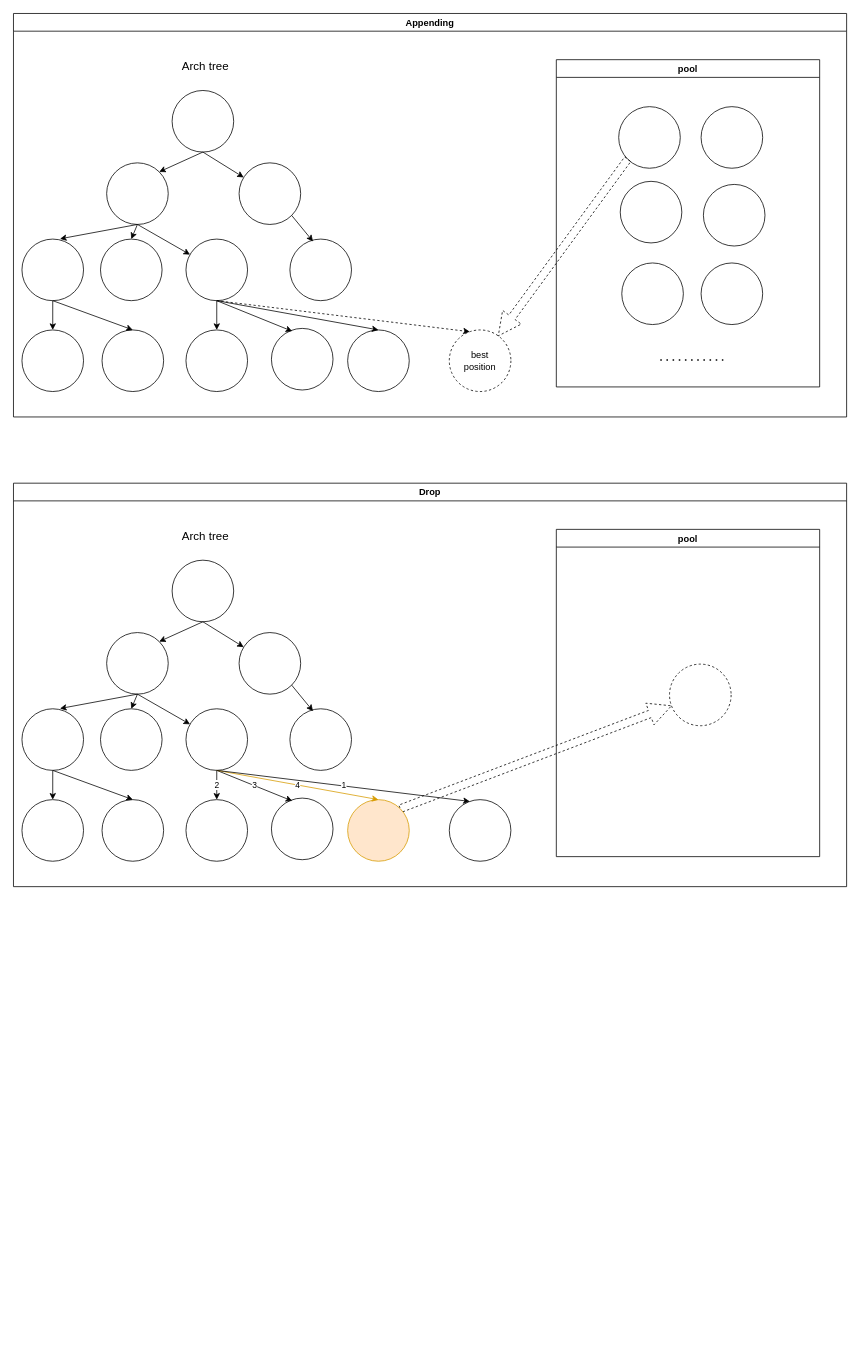
This is cwdb.drawio from Wu-Xiang123/Hello-GItHub, a draw.io file, before an edit. Source tidied: cells renumbered, new cells numbered last; positions are measured from the earlier drawing's top-left corner, leaving out a move shared by most shapes. Both pictures are drawn from the tidied source at 77%, with x=0, y=0 at pixel (13, 13).
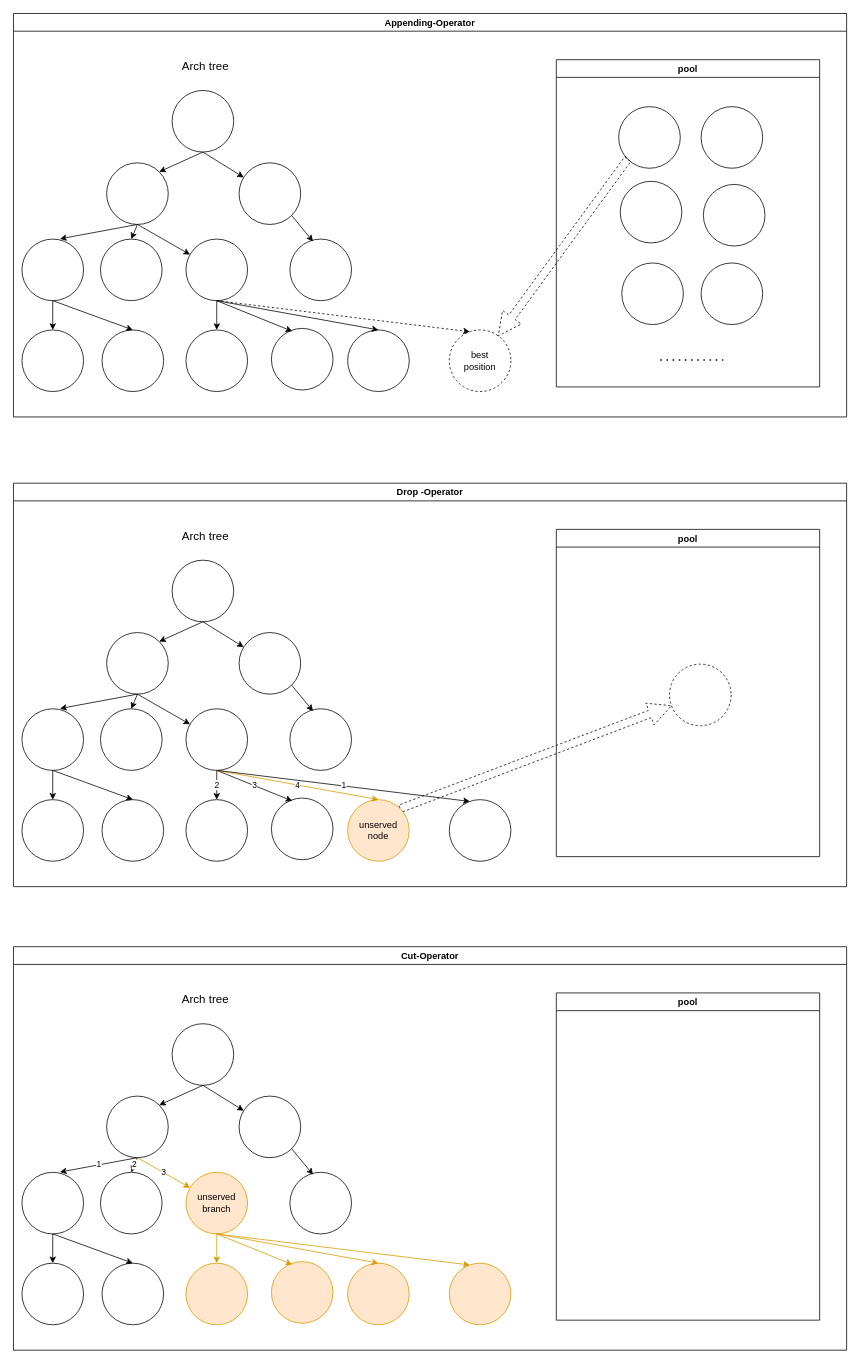
After the change.

Diff of the diagram source:
```diff
@@
-    <mxCell id="2" value="Appending" style="swimlane;strokeColor=default;fillColor=none;startSize=23;" parent="1" vertex="1">
+    <mxCell id="2" value="Appending-Operator" style="swimlane;strokeColor=default;fillColor=none;startSize=23;" parent="1" vertex="1">
       <mxGeometry width="1082" height="524" as="geometry" />
     </mxCell>
@@
-    <mxCell id="38" value="Drop" style="swimlane;strokeColor=default;fillColor=none;startSize=23;" parent="1" vertex="1">
+    <mxCell id="38" value="Drop -Operator" style="swimlane;strokeColor=default;fillColor=none;startSize=23;" parent="1" vertex="1">
       <mxGeometry y="610" width="1082" height="524" as="geometry" />
     </mxCell>
@@
-    <mxCell id="61" style="ellipse;whiteSpace=wrap;html=1;strokeColor=#d79b00;fillColor=#ffe6cc;" parent="38" vertex="1">
+    <mxCell id="61" value="unserved&lt;br&gt;node" style="ellipse;whiteSpace=wrap;html=1;strokeColor=#d79b00;fillColor=#ffe6cc;" parent="38" vertex="1">
       <mxGeometry x="434" y="411" width="80" height="80" as="geometry" />
     </mxCell>
@@
+    <mxCell id="68" value="Cut-Operator" style="swimlane;strokeColor=default;fillColor=none;startSize=23;" parent="1" vertex="1">
+      <mxGeometry y="1212" width="1082" height="524" as="geometry" />
+    </mxCell>
+    <mxCell id="69" style="ellipse;whiteSpace=wrap;html=1;strokeColor=default;" parent="68" vertex="1">
+      <mxGeometry x="206" y="100" width="80" height="80" as="geometry" />
+    </mxCell>
+    <mxCell id="70" style="ellipse;whiteSpace=wrap;html=1;strokeColor=default;" parent="68" vertex="1">
+      <mxGeometry x="121" y="194" width="80" height="80" as="geometry" />
+    </mxCell>
+    <mxCell id="71" style="jettySize=auto;html=1;exitX=0.5;exitY=1;exitDx=0;exitDy=0;entryX=1;entryY=0;entryDx=0;entryDy=0;rounded=0;" parent="68" edge="1" source="69" target="70">
+      <mxGeometry relative="1" as="geometry" />
+    </mxCell>
+    <mxCell id="72" style="ellipse;whiteSpace=wrap;html=1;strokeColor=default;" parent="68" vertex="1">
+      <mxGeometry x="293" y="194" width="80" height="80" as="geometry" />
+    </mxCell>
+    <mxCell id="73" style="edgeStyle=none;rounded=0;jettySize=auto;html=1;exitX=0.5;exitY=1;exitDx=0;exitDy=0;" parent="68" edge="1" source="69" target="72">
+      <mxGeometry relative="1" as="geometry" />
+    </mxCell>
+    <mxCell id="74" style="ellipse;whiteSpace=wrap;html=1;strokeColor=default;" parent="68" vertex="1">
+      <mxGeometry x="11" y="293" width="80" height="80" as="geometry" />
+    </mxCell>
+    <mxCell id="75" value="1" style="edgeStyle=none;rounded=0;jettySize=auto;html=1;exitX=0.5;exitY=1;exitDx=0;exitDy=0;entryX=0.617;entryY=-0.004;entryDx=0;entryDy=0;entryPerimeter=0;" parent="68" edge="1" source="70" target="74">
+      <mxGeometry relative="1" as="geometry" />
+    </mxCell>
+    <mxCell id="76" style="ellipse;whiteSpace=wrap;html=1;strokeColor=default;" parent="68" vertex="1">
+      <mxGeometry x="113" y="293" width="80" height="80" as="geometry" />
+    </mxCell>
+    <mxCell id="77" value="2" style="edgeStyle=none;rounded=0;jettySize=auto;html=1;exitX=0.5;exitY=1;exitDx=0;exitDy=0;entryX=0.5;entryY=0;entryDx=0;entryDy=0;" parent="68" edge="1" source="70" target="76">
+      <mxGeometry relative="1" as="geometry" />
+    </mxCell>
+    <mxCell id="78" value="unserved&lt;br&gt;branch" style="ellipse;whiteSpace=wrap;html=1;strokeColor=#d79b00;fillColor=#ffe6cc;" parent="68" vertex="1">
+      <mxGeometry x="224" y="293" width="80" height="80" as="geometry" />
+    </mxCell>
+    <mxCell id="79" value="3" style="edgeStyle=none;rounded=0;jettySize=auto;html=1;exitX=0.5;exitY=1;exitDx=0;exitDy=0;fillColor=#ffe6cc;strokeColor=#d79b00;" parent="68" edge="1" source="70" target="78">
+      <mxGeometry relative="1" as="geometry" />
+    </mxCell>
+    <mxCell id="80" style="ellipse;whiteSpace=wrap;html=1;strokeColor=default;" parent="68" vertex="1">
+      <mxGeometry x="359" y="293" width="80" height="80" as="geometry" />
+    </mxCell>
+    <mxCell id="81" style="edgeStyle=none;rounded=0;jettySize=auto;html=1;exitX=1;exitY=1;exitDx=0;exitDy=0;entryX=0.375;entryY=0.038;entryDx=0;entryDy=0;entryPerimeter=0;" parent="68" edge="1" source="72" target="80">
+      <mxGeometry relative="1" as="geometry" />
+    </mxCell>
+    <mxCell id="82" style="ellipse;whiteSpace=wrap;html=1;strokeColor=default;" parent="68" vertex="1">
+      <mxGeometry x="11" y="411" width="80" height="80" as="geometry" />
+    </mxCell>
+    <mxCell id="83" style="edgeStyle=none;rounded=0;jettySize=auto;html=1;exitX=0.5;exitY=1;exitDx=0;exitDy=0;entryX=0.5;entryY=0;entryDx=0;entryDy=0;" parent="68" edge="1" source="74" target="82">
+      <mxGeometry relative="1" as="geometry" />
+    </mxCell>
+    <mxCell id="84" style="ellipse;whiteSpace=wrap;html=1;strokeColor=default;" parent="68" vertex="1">
+      <mxGeometry x="115" y="411" width="80" height="80" as="geometry" />
+    </mxCell>
+    <mxCell id="85" style="edgeStyle=none;rounded=0;jettySize=auto;html=1;exitX=0.5;exitY=1;exitDx=0;exitDy=0;entryX=0.5;entryY=0;entryDx=0;entryDy=0;" parent="68" edge="1" source="74" target="84">
+      <mxGeometry relative="1" as="geometry" />
+    </mxCell>
+    <mxCell id="86" style="ellipse;whiteSpace=wrap;html=1;strokeColor=#d79b00;fillColor=#ffe6cc;" parent="68" vertex="1">
+      <mxGeometry x="224" y="411" width="80" height="80" as="geometry" />
+    </mxCell>
+    <mxCell id="87" style="edgeStyle=none;rounded=0;jettySize=auto;html=1;exitX=0.5;exitY=1;exitDx=0;exitDy=0;fillColor=#ffe6cc;strokeColor=#d79b00;" parent="68" edge="1" source="78" target="86">
+      <mxGeometry relative="1" as="geometry" />
+    </mxCell>
+    <mxCell id="88" style="ellipse;whiteSpace=wrap;html=1;strokeColor=#d79b00;fillColor=#ffe6cc;" parent="68" vertex="1">
+      <mxGeometry x="335" y="409" width="80" height="80" as="geometry" />
+    </mxCell>
+    <mxCell id="89" style="edgeStyle=none;rounded=0;jettySize=auto;html=1;exitX=0.5;exitY=1;exitDx=0;exitDy=0;entryX=0.338;entryY=0.046;entryDx=0;entryDy=0;entryPerimeter=0;fillColor=#ffe6cc;strokeColor=#d79b00;" parent="68" edge="1" source="78" target="88">
+      <mxGeometry relative="1" as="geometry" />
+    </mxCell>
+    <mxCell id="90" style="ellipse;whiteSpace=wrap;html=1;strokeColor=#d79b00;fillColor=#ffe6cc;" parent="68" vertex="1">
+      <mxGeometry x="434" y="411" width="80" height="80" as="geometry" />
+    </mxCell>
+    <mxCell id="91" style="edgeStyle=none;rounded=0;jettySize=auto;html=1;exitX=0.5;exitY=1;exitDx=0;exitDy=0;entryX=0.5;entryY=0;entryDx=0;entryDy=0;fillColor=#ffe6cc;strokeColor=#d79b00;" parent="68" edge="1" source="78" target="90">
+      <mxGeometry relative="1" as="geometry" />
+    </mxCell>
+    <mxCell id="92" value="pool" style="swimlane;strokeColor=default;fillColor=none;startSize=23;" parent="68" vertex="1">
+      <mxGeometry x="705" y="60" width="342" height="425" as="geometry" />
+    </mxCell>
+    <mxCell id="93" style="ellipse;whiteSpace=wrap;html=1;strokeColor=#d79b00;fillColor=#ffe6cc;" parent="68" vertex="1">
+      <mxGeometry x="566" y="411" width="80" height="80" as="geometry" />
+    </mxCell>
+    <mxCell id="94" style="edgeStyle=none;rounded=0;jettySize=auto;html=1;exitX=0.5;exitY=1;exitDx=0;exitDy=0;entryX=0.333;entryY=0.029;entryDx=0;entryDy=0;entryPerimeter=0;fillColor=#ffe6cc;strokeColor=#d79b00;" parent="68" edge="1" source="78" target="93">
+      <mxGeometry relative="1" as="geometry" />
+    </mxCell>
+    <mxCell id="95" value="&lt;font style=&quot;font-size: 15px&quot;&gt;Arch tree&lt;/font&gt;" style="text;html=1;strokeColor=none;fillColor=none;align=center;verticalAlign=middle;whiteSpace=wrap;rounded=0;strokeWidth=4;" parent="68" vertex="1">
+      <mxGeometry x="209" y="53" width="81" height="30" as="geometry" />
+    </mxCell>
```
